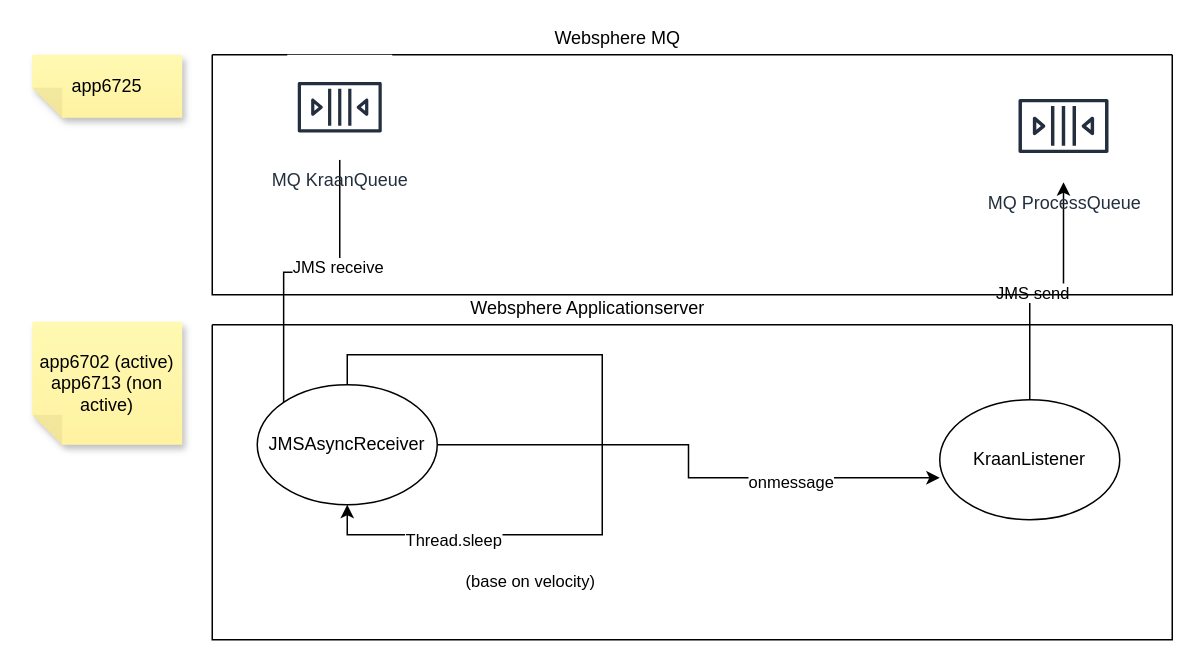
Earlier version of the draw.io diagram models/kraan.drawio (goos76/cz). Source tidied: cells renumbered, new cells numbered last; positions are measured from the earlier drawing's top-left corner, leaving out a move shared by most shapes. Both pictures are drawn from the tidied source at 150%, with x=0, y=0 at pixel (32, 51).
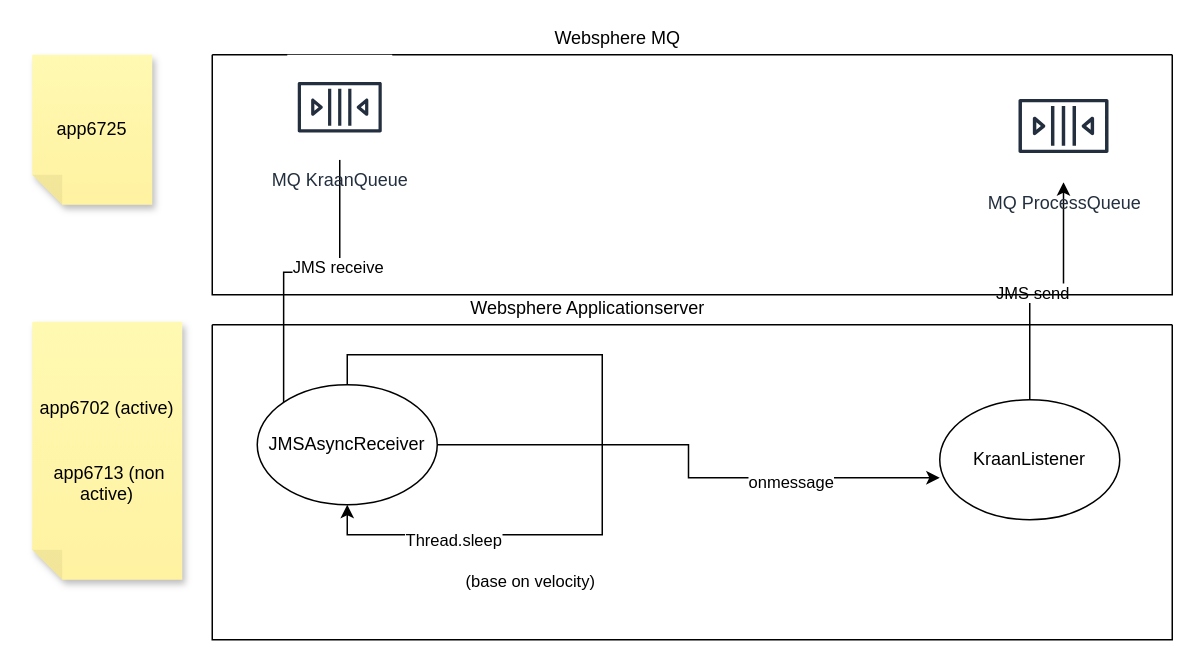
After the change.

Diff of the diagram source:
```diff
@@
     <mxCell id="19" value="app6725" style="shape=note;whiteSpace=wrap;html=1;backgroundOutline=1;fontColor=#000000;darkOpacity=0.05;fillColor=#FFF9B2;strokeColor=none;fillStyle=solid;direction=west;gradientDirection=north;gradientColor=#FFF2A1;shadow=1;size=20;" parent="1" vertex="1">
-      <mxGeometry y="2" width="100" height="42" as="geometry" />
+      <mxGeometry y="2" width="80" height="100" as="geometry" />
     </mxCell>
-    <mxCell id="20" value="app6702 (active) app6713 (non active)" style="shape=note;whiteSpace=wrap;html=1;backgroundOutline=1;fontColor=#000000;darkOpacity=0.05;fillColor=#FFF9B2;strokeColor=none;fillStyle=solid;direction=west;gradientDirection=north;gradientColor=#FFF2A1;shadow=1;size=20;" parent="1" vertex="1">
-      <mxGeometry y="180" width="100" height="82" as="geometry" />
+    <mxCell id="20" value="app6702 (active)&lt;br&gt;&lt;br&gt;&lt;br&gt;&amp;nbsp;app6713 (non active)" style="shape=note;whiteSpace=wrap;html=1;backgroundOutline=1;fontColor=#000000;darkOpacity=0.05;fillColor=#FFF9B2;strokeColor=none;fillStyle=solid;direction=west;gradientDirection=north;gradientColor=#FFF2A1;shadow=1;size=20;" parent="1" vertex="1">
+      <mxGeometry y="180" width="100" height="172" as="geometry" />
     </mxCell>
```
